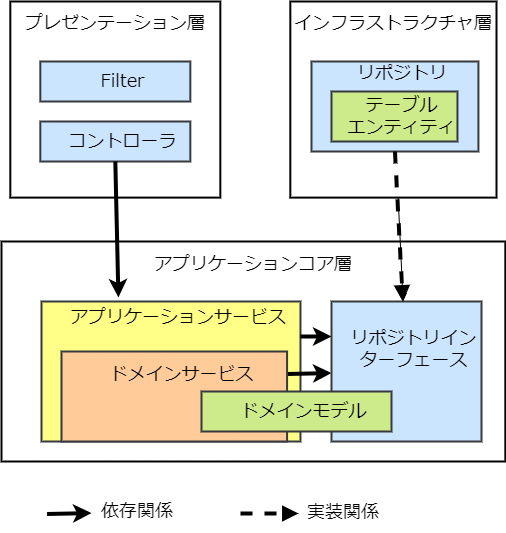
This is documents/contents/images/app-architecture/client-side-rendering/csr-architecture-light.png from AlesInfiny/maia, a draw.io export, as it was before one commit. Source tidied: cells renumbered, new cells last; positions are measured from the earlier drawing's top-left corner, leaving out a move shared by most shapes. Source of this version:
```xml
<mxGraphModel>
  <root>
    <mxCell id="0" />
    <mxCell id="1" parent="0" />
    <mxCell id="2" value="&lt;font color=&quot;#000000&quot;&gt;アプリケーションコア層&lt;br&gt;&lt;br&gt;&lt;br&gt;&lt;br&gt;&lt;br&gt;&lt;br&gt;&lt;br&gt;&lt;br&gt;&lt;br&gt;&lt;/font&gt;" style="rounded=0;whiteSpace=wrap;html=1;fontFamily=Noto Sans JP;fontSize=18;strokeWidth=2;fontSource=https%3A%2F%2Ffonts.googleapis.com%2Fcss%3Ffamily%3DNoto%2BSans%2BJP;fillColor=#FFFFFF;strokeColor=#000000;" parent="1" vertex="1">
      <mxGeometry y="240" width="503.8" height="220" as="geometry" />
    </mxCell>
    <mxCell id="3" value="&lt;div&gt;&lt;font color=&quot;#000000&quot;&gt;アプリケーションサービス&lt;/font&gt;&lt;/div&gt;&lt;div&gt;&lt;span style=&quot;color: rgb(0 , 0 , 0)&quot;&gt;&lt;br&gt;&lt;/span&gt;&lt;/div&gt;&lt;div&gt;&lt;span style=&quot;color: rgb(0 , 0 , 0)&quot;&gt;&lt;br&gt;&lt;/span&gt;&lt;/div&gt;&lt;div&gt;&lt;span style=&quot;color: rgb(0 , 0 , 0)&quot;&gt;&lt;br&gt;&lt;/span&gt;&lt;/div&gt;&lt;div&gt;&lt;span style=&quot;color: rgb(0 , 0 , 0)&quot;&gt;&lt;br&gt;&lt;/span&gt;&lt;/div&gt;&lt;div&gt;&lt;span style=&quot;color: rgb(0 , 0 , 0)&quot;&gt;&lt;br&gt;&lt;/span&gt;&lt;/div&gt;" style="rounded=0;whiteSpace=wrap;html=1;fontFamily=Noto Sans JP;fontSize=18;fillColor=#ffff88;strokeColor=#36393d;strokeWidth=2;spacingLeft=15;fontSource=https%3A%2F%2Ffonts.googleapis.com%2Fcss%3Ffamily%3DNoto%2BSans%2BJP;align=center;" parent="1" vertex="1">
      <mxGeometry x="40" y="300" width="259" height="140" as="geometry" />
    </mxCell>
    <mxCell id="4" style="edgeStyle=none;html=1;" parent="1" edge="1" source="5" target="10">
      <mxGeometry relative="1" as="geometry" />
    </mxCell>
    <mxCell id="5" value="&lt;font color=&quot;#000000&quot;&gt;インフラストラクチャ層&lt;br&gt;&lt;br&gt;&lt;br&gt;&lt;br&gt;&lt;br&gt;&lt;br&gt;&lt;br&gt;&lt;br&gt;&lt;/font&gt;" style="rounded=0;whiteSpace=wrap;html=1;fontFamily=Noto Sans JP;fontSize=18;strokeWidth=2;fontSource=https%3A%2F%2Ffonts.googleapis.com%2Fcss%3Ffamily%3DNoto%2BSans%2BJP;fillColor=#FFFFFF;strokeColor=#000000;" parent="1" vertex="1">
      <mxGeometry x="288.8" width="206.2" height="196.1" as="geometry" />
    </mxCell>
    <mxCell id="6" value="&lt;font color=&quot;#000000&quot;&gt;プレゼンテーション層&lt;br&gt;&lt;br&gt;&lt;br&gt;&lt;br&gt;&lt;br&gt;&lt;br&gt;&lt;br&gt;&lt;br&gt;&lt;/font&gt;" style="rounded=0;whiteSpace=wrap;html=1;fontFamily=Noto Sans JP;fontSize=18;strokeWidth=2;fontSource=https%3A%2F%2Ffonts.googleapis.com%2Fcss%3Ffamily%3DNoto%2BSans%2BJP;fillColor=#FFFFFF;strokeColor=#000000;" parent="1" vertex="1">
      <mxGeometry x="8.8" width="210" height="196.1" as="geometry" />
    </mxCell>
    <mxCell id="7" style="edgeStyle=none;sketch=0;html=1;exitX=1;exitY=0.25;exitDx=0;exitDy=0;shadow=0;fontColor=#000000;endArrow=classic;endFill=1;strokeColor=#000000;strokeWidth=4;" parent="1" edge="1" source="8" target="10">
      <mxGeometry relative="1" as="geometry" />
    </mxCell>
    <mxCell id="8" value="&lt;div&gt;&lt;font color=&quot;#000000&quot;&gt;ドメインサービス&lt;/font&gt;&lt;/div&gt;&lt;div&gt;&lt;br&gt;&lt;/div&gt;&lt;div&gt;&lt;span style=&quot;color: rgb(0 , 0 , 0)&quot;&gt;&lt;br&gt;&lt;/span&gt;&lt;/div&gt;" style="rounded=0;whiteSpace=wrap;html=1;fontFamily=Noto Sans JP;fontSize=18;fillColor=#ffcc99;strokeColor=#36393d;strokeWidth=2;spacingLeft=15;fontSource=https%3A%2F%2Ffonts.googleapis.com%2Fcss%3Ffamily%3DNoto%2BSans%2BJP;align=center;" parent="1" vertex="1">
      <mxGeometry x="60" y="350" width="225.6" height="90" as="geometry" />
    </mxCell>
    <mxCell id="9" value="&lt;font color=&quot;#000000&quot;&gt;リポジトリ&lt;br&gt;&lt;br&gt;&lt;br&gt;&lt;br&gt;&lt;/font&gt;" style="rounded=0;whiteSpace=wrap;html=1;fontFamily=Noto Sans JP;fontSize=18;fillColor=#cce5ff;strokeColor=#36393d;strokeWidth=2;spacingLeft=15;fontSource=https%3A%2F%2Ffonts.googleapis.com%2Fcss%3Ffamily%3DNoto%2BSans%2BJP;" parent="1" vertex="1">
      <mxGeometry x="310" y="60" width="166.9" height="90" as="geometry" />
    </mxCell>
    <mxCell id="10" value="&lt;font color=&quot;#000000&quot;&gt;リポジトリインターフェース&lt;br&gt;&lt;br&gt;&lt;br&gt;&lt;/font&gt;" style="rounded=0;whiteSpace=wrap;html=1;fontFamily=Noto Sans JP;fontSize=18;fillColor=#cce5ff;strokeColor=#36393d;strokeWidth=2;spacingLeft=15;fontSource=https%3A%2F%2Ffonts.googleapis.com%2Fcss%3Ffamily%3DNoto%2BSans%2BJP;" parent="1" vertex="1">
      <mxGeometry x="330" y="300" width="150" height="140" as="geometry" />
    </mxCell>
    <mxCell id="11" value="&lt;font color=&quot;#000000&quot;&gt;コントローラ&lt;/font&gt;" style="rounded=0;whiteSpace=wrap;html=1;fontFamily=Noto Sans JP;fontSize=18;fillColor=#cce5ff;strokeColor=#36393d;strokeWidth=2;spacingLeft=15;fontSource=https%3A%2F%2Ffonts.googleapis.com%2Fcss%3Ffamily%3DNoto%2BSans%2BJP;" parent="1" vertex="1">
      <mxGeometry x="38.8" y="120" width="150" height="40" as="geometry" />
    </mxCell>
    <mxCell id="12" value="&lt;font color=&quot;#000000&quot;&gt;Filter&lt;/font&gt;" style="rounded=0;whiteSpace=wrap;html=1;fontFamily=Noto Sans JP;fontSize=18;fillColor=#cce5ff;strokeColor=#36393d;strokeWidth=2;spacingLeft=15;fontSource=https%3A%2F%2Ffonts.googleapis.com%2Fcss%3Ffamily%3DNoto%2BSans%2BJP;" parent="1" vertex="1">
      <mxGeometry x="38.8" y="60" width="150" height="40" as="geometry" />
    </mxCell>
    <mxCell id="13" value="&lt;font color=&quot;#000000&quot;&gt;テーブル&lt;br&gt;エンティティ&lt;/font&gt;" style="rounded=0;whiteSpace=wrap;html=1;fontFamily=Noto Sans JP;fontSize=18;fillColor=#cdeb8b;strokeColor=#36393d;strokeWidth=2;spacingLeft=15;fontSource=https%3A%2F%2Ffonts.googleapis.com%2Fcss%3Ffamily%3DNoto%2BSans%2BJP;" parent="1" vertex="1">
      <mxGeometry x="330" y="90" width="126" height="50" as="geometry" />
    </mxCell>
    <mxCell id="14" style="edgeStyle=none;sketch=0;html=1;exitX=0.5;exitY=1;exitDx=0;exitDy=0;shadow=0;fontColor=#000000;endArrow=classic;endFill=1;strokeColor=#000000;strokeWidth=4;entryX=0.297;entryY=-0.029;entryDx=0;entryDy=0;entryPerimeter=0;" parent="1" edge="1" source="11" target="3">
      <mxGeometry relative="1" as="geometry" />
    </mxCell>
    <mxCell id="15" style="edgeStyle=none;sketch=0;html=1;exitX=0.5;exitY=1;exitDx=0;exitDy=0;shadow=0;fontColor=#000000;endArrow=block;endFill=1;strokeColor=#000000;strokeWidth=4;dashed=1;" parent="1" edge="1" source="9" target="10">
      <mxGeometry relative="1" as="geometry" />
    </mxCell>
    <mxCell id="16" style="edgeStyle=none;sketch=0;html=1;exitX=1;exitY=0.25;exitDx=0;exitDy=0;shadow=0;fontColor=#000000;endArrow=classic;endFill=1;strokeColor=#000000;strokeWidth=4;entryX=0;entryY=0.25;entryDx=0;entryDy=0;" parent="1" edge="1" source="3" target="10">
      <mxGeometry relative="1" as="geometry" />
    </mxCell>
    <mxCell id="17" value="&lt;font color=&quot;#000000&quot;&gt;ドメインモデル&lt;/font&gt;" style="rounded=0;whiteSpace=wrap;html=1;fontFamily=Noto Sans JP;fontSize=18;fillColor=#cdeb8b;strokeColor=#36393d;strokeWidth=2;spacingLeft=15;fontSource=https%3A%2F%2Ffonts.googleapis.com%2Fcss%3Ffamily%3DNoto%2BSans%2BJP;" parent="1" vertex="1">
      <mxGeometry x="200" y="390" width="190" height="40" as="geometry" />
    </mxCell>
    <mxCell id="18" value="依存関係" style="text;html=1;strokeColor=none;fillColor=none;align=left;verticalAlign=middle;whiteSpace=wrap;rounded=0;fontFamily=Noto Sans JP;fontSource=https%3A%2F%2Ffonts.googleapis.com%2Fcss%3Ffamily%3DNoto%2BSans%2BJP;fontSize=18;fontColor=#000000;" parent="1" vertex="1">
      <mxGeometry x="98" y="490" width="90" height="40" as="geometry" />
    </mxCell>
    <mxCell id="19" style="edgeStyle=none;sketch=0;html=1;exitX=1;exitY=0.25;exitDx=0;exitDy=0;shadow=0;fontColor=#000000;endArrow=classic;endFill=1;strokeColor=#000000;strokeWidth=4;" parent="1" edge="1">
      <mxGeometry relative="1" as="geometry">
        <mxPoint x="45.6" y="512.5" as="sourcePoint" />
        <mxPoint x="90" y="511.6" as="targetPoint" />
      </mxGeometry>
    </mxCell>
    <mxCell id="20" value="実装関係" style="text;html=1;strokeColor=none;fillColor=none;align=left;verticalAlign=middle;whiteSpace=wrap;rounded=0;fontFamily=Noto Sans JP;fontSource=https%3A%2F%2Ffonts.googleapis.com%2Fcss%3Ffamily%3DNoto%2BSans%2BJP;fontSize=18;fontColor=#000000;" parent="1" vertex="1">
      <mxGeometry x="304" y="491" width="90" height="40" as="geometry" />
    </mxCell>
    <mxCell id="21" style="edgeStyle=none;sketch=0;html=1;shadow=0;fontColor=#000000;endArrow=block;endFill=1;strokeColor=#000000;strokeWidth=4;dashed=1;" parent="1" edge="1">
      <mxGeometry relative="1" as="geometry">
        <mxPoint x="239" y="512" as="sourcePoint" />
        <mxPoint x="297" y="512" as="targetPoint" />
      </mxGeometry>
    </mxCell>
  </root>
</mxGraphModel>
```
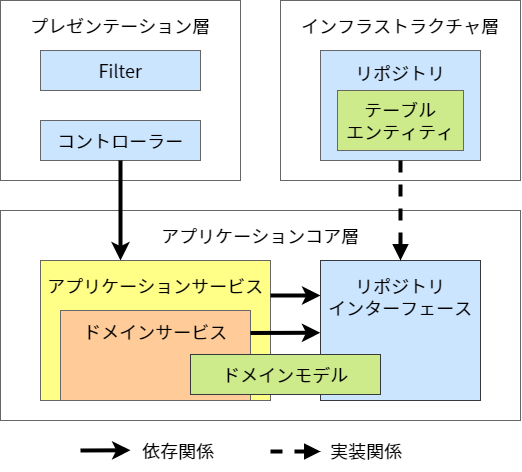
The same diagram one commit later.

The edit, as a diff of the source:
```diff
@@ -2,71 +2,70 @@
   <root>
     <mxCell id="0" />
     <mxCell id="1" parent="0" />
-    <mxCell id="2" value="&lt;font color=&quot;#000000&quot;&gt;アプリケーションコア層&lt;br&gt;&lt;br&gt;&lt;br&gt;&lt;br&gt;&lt;br&gt;&lt;br&gt;&lt;br&gt;&lt;br&gt;&lt;br&gt;&lt;/font&gt;" style="rounded=0;whiteSpace=wrap;html=1;fontFamily=Noto Sans JP;fontSize=18;strokeWidth=2;fontSource=https%3A%2F%2Ffonts.googleapis.com%2Fcss%3Ffamily%3DNoto%2BSans%2BJP;fillColor=#FFFFFF;strokeColor=#000000;" parent="1" vertex="1">
-      <mxGeometry y="240" width="503.8" height="220" as="geometry" />
+    <mxCell id="2" value="&lt;font color=&quot;#000000&quot;&gt;アプリケーションコア層&lt;br&gt;&lt;/font&gt;" style="rounded=0;whiteSpace=wrap;html=1;fontFamily=Noto Sans JP;fontSize=18;strokeWidth=1;fontSource=https%3A%2F%2Ffonts.googleapis.com%2Fcss%3Ffamily%3DNoto%2BSans%2BJP;fillColor=none;strokeColor=#666666;spacingTop=8;verticalAlign=top;" parent="1" vertex="1">
+      <mxGeometry x="-320" y="70" width="520" height="210" as="geometry" />
     </mxCell>
-    <mxCell id="3" value="&lt;div&gt;&lt;font color=&quot;#000000&quot;&gt;アプリケーションサービス&lt;/font&gt;&lt;/div&gt;&lt;div&gt;&lt;span style=&quot;color: rgb(0 , 0 , 0)&quot;&gt;&lt;br&gt;&lt;/span&gt;&lt;/div&gt;&lt;div&gt;&lt;span style=&quot;color: rgb(0 , 0 , 0)&quot;&gt;&lt;br&gt;&lt;/span&gt;&lt;/div&gt;&lt;div&gt;&lt;span style=&quot;color: rgb(0 , 0 , 0)&quot;&gt;&lt;br&gt;&lt;/span&gt;&lt;/div&gt;&lt;div&gt;&lt;span style=&quot;color: rgb(0 , 0 , 0)&quot;&gt;&lt;br&gt;&lt;/span&gt;&lt;/div&gt;&lt;div&gt;&lt;span style=&quot;color: rgb(0 , 0 , 0)&quot;&gt;&lt;br&gt;&lt;/span&gt;&lt;/div&gt;" style="rounded=0;whiteSpace=wrap;html=1;fontFamily=Noto Sans JP;fontSize=18;fillColor=#ffff88;strokeColor=#36393d;strokeWidth=2;spacingLeft=15;fontSource=https%3A%2F%2Ffonts.googleapis.com%2Fcss%3Ffamily%3DNoto%2BSans%2BJP;align=center;" parent="1" vertex="1">
-      <mxGeometry x="40" y="300" width="259" height="140" as="geometry" />
+    <mxCell id="3" value="&lt;div&gt;&lt;font color=&quot;#000000&quot;&gt;アプリケーションサービス&lt;/font&gt;&lt;/div&gt;" style="rounded=0;whiteSpace=wrap;html=1;fontFamily=Noto Sans JP;fontSize=18;fillColor=#ffff88;strokeColor=#666666;strokeWidth=1;spacingLeft=0;fontSource=https%3A%2F%2Ffonts.googleapis.com%2Fcss%3Ffamily%3DNoto%2BSans%2BJP;align=center;verticalAlign=top;spacingTop=8;" parent="1" vertex="1">
+      <mxGeometry x="-280" y="120" width="230" height="140" as="geometry" />
     </mxCell>
-    <mxCell id="4" style="edgeStyle=none;html=1;" parent="1" edge="1" source="5" target="10">
-      <mxGeometry relative="1" as="geometry" />
-    </mxCell>
-    <mxCell id="5" value="&lt;font color=&quot;#000000&quot;&gt;インフラストラクチャ層&lt;br&gt;&lt;br&gt;&lt;br&gt;&lt;br&gt;&lt;br&gt;&lt;br&gt;&lt;br&gt;&lt;br&gt;&lt;/font&gt;" style="rounded=0;whiteSpace=wrap;html=1;fontFamily=Noto Sans JP;fontSize=18;strokeWidth=2;fontSource=https%3A%2F%2Ffonts.googleapis.com%2Fcss%3Ffamily%3DNoto%2BSans%2BJP;fillColor=#FFFFFF;strokeColor=#000000;" parent="1" vertex="1">
-      <mxGeometry x="288.8" width="206.2" height="196.1" as="geometry" />
+    <mxCell id="5" value="&lt;font color=&quot;#000000&quot;&gt;インフラストラクチャ層&lt;br&gt;&lt;/font&gt;" style="rounded=0;whiteSpace=wrap;html=1;fontFamily=Noto Sans JP;fontSize=18;strokeWidth=1;fontSource=https%3A%2F%2Ffonts.googleapis.com%2Fcss%3Ffamily%3DNoto%2BSans%2BJP;fillColor=none;strokeColor=#666666;spacingTop=8;verticalAlign=top;" parent="1" vertex="1">
+      <mxGeometry x="-40" y="-140" width="240" height="180" as="geometry" />
     </mxCell>
-    <mxCell id="6" value="&lt;font color=&quot;#000000&quot;&gt;プレゼンテーション層&lt;br&gt;&lt;br&gt;&lt;br&gt;&lt;br&gt;&lt;br&gt;&lt;br&gt;&lt;br&gt;&lt;br&gt;&lt;/font&gt;" style="rounded=0;whiteSpace=wrap;html=1;fontFamily=Noto Sans JP;fontSize=18;strokeWidth=2;fontSource=https%3A%2F%2Ffonts.googleapis.com%2Fcss%3Ffamily%3DNoto%2BSans%2BJP;fillColor=#FFFFFF;strokeColor=#000000;" parent="1" vertex="1">
-      <mxGeometry x="8.8" width="210" height="196.1" as="geometry" />
+    <mxCell id="6" value="&lt;font color=&quot;#000000&quot;&gt;プレゼンテーション層&lt;br&gt;&lt;/font&gt;" style="rounded=0;whiteSpace=wrap;html=1;fontFamily=Noto Sans JP;fontSize=18;strokeWidth=1;fontSource=https%3A%2F%2Ffonts.googleapis.com%2Fcss%3Ffamily%3DNoto%2BSans%2BJP;fillColor=none;strokeColor=#666666;spacingTop=8;verticalAlign=top;" parent="1" vertex="1">
+      <mxGeometry x="-320" y="-140" width="240" height="180" as="geometry" />
     </mxCell>
-    <mxCell id="7" style="edgeStyle=none;sketch=0;html=1;exitX=1;exitY=0.25;exitDx=0;exitDy=0;shadow=0;fontColor=#000000;endArrow=classic;endFill=1;strokeColor=#000000;strokeWidth=4;" parent="1" edge="1" source="8" target="10">
-      <mxGeometry relative="1" as="geometry" />
-    </mxCell>
-    <mxCell id="8" value="&lt;div&gt;&lt;font color=&quot;#000000&quot;&gt;ドメインサービス&lt;/font&gt;&lt;/div&gt;&lt;div&gt;&lt;br&gt;&lt;/div&gt;&lt;div&gt;&lt;span style=&quot;color: rgb(0 , 0 , 0)&quot;&gt;&lt;br&gt;&lt;/span&gt;&lt;/div&gt;" style="rounded=0;whiteSpace=wrap;html=1;fontFamily=Noto Sans JP;fontSize=18;fillColor=#ffcc99;strokeColor=#36393d;strokeWidth=2;spacingLeft=15;fontSource=https%3A%2F%2Ffonts.googleapis.com%2Fcss%3Ffamily%3DNoto%2BSans%2BJP;align=center;" parent="1" vertex="1">
-      <mxGeometry x="60" y="350" width="225.6" height="90" as="geometry" />
+    <mxCell id="8" value="&lt;div&gt;&lt;font color=&quot;#000000&quot;&gt;ドメインサービス&lt;/font&gt;&lt;/div&gt;" style="rounded=0;whiteSpace=wrap;html=1;fontFamily=Noto Sans JP;fontSize=18;fillColor=#ffcc99;strokeColor=#666666;strokeWidth=1;spacingLeft=0;fontSource=https%3A%2F%2Ffonts.googleapis.com%2Fcss%3Ffamily%3DNoto%2BSans%2BJP;align=center;verticalAlign=top;spacingTop=4;" parent="1" vertex="1">
+      <mxGeometry x="-260" y="170" width="190" height="90" as="geometry" />
     </mxCell>
-    <mxCell id="9" value="&lt;font color=&quot;#000000&quot;&gt;リポジトリ&lt;br&gt;&lt;br&gt;&lt;br&gt;&lt;br&gt;&lt;/font&gt;" style="rounded=0;whiteSpace=wrap;html=1;fontFamily=Noto Sans JP;fontSize=18;fillColor=#cce5ff;strokeColor=#36393d;strokeWidth=2;spacingLeft=15;fontSource=https%3A%2F%2Ffonts.googleapis.com%2Fcss%3Ffamily%3DNoto%2BSans%2BJP;" parent="1" vertex="1">
-      <mxGeometry x="310" y="60" width="166.9" height="90" as="geometry" />
+    <mxCell id="9" value="&lt;font color=&quot;#000000&quot;&gt;リポジトリ&lt;br&gt;&lt;br&gt;&lt;br&gt;&lt;br&gt;&lt;/font&gt;" style="rounded=0;whiteSpace=wrap;html=1;fontFamily=Noto Sans JP;fontSize=18;fillColor=#cce5ff;strokeColor=#666666;strokeWidth=1;spacingLeft=0;fontSource=https%3A%2F%2Ffonts.googleapis.com%2Fcss%3Ffamily%3DNoto%2BSans%2BJP;" parent="1" vertex="1">
+      <mxGeometry y="-90" width="160" height="110" as="geometry" />
     </mxCell>
-    <mxCell id="10" value="&lt;font color=&quot;#000000&quot;&gt;リポジトリインターフェース&lt;br&gt;&lt;br&gt;&lt;br&gt;&lt;/font&gt;" style="rounded=0;whiteSpace=wrap;html=1;fontFamily=Noto Sans JP;fontSize=18;fillColor=#cce5ff;strokeColor=#36393d;strokeWidth=2;spacingLeft=15;fontSource=https%3A%2F%2Ffonts.googleapis.com%2Fcss%3Ffamily%3DNoto%2BSans%2BJP;" parent="1" vertex="1">
-      <mxGeometry x="330" y="300" width="150" height="140" as="geometry" />
+    <mxCell id="10" value="&lt;font color=&quot;#000000&quot;&gt;リポジトリ&lt;br&gt;インターフェース&lt;br&gt;&lt;/font&gt;" style="rounded=0;whiteSpace=wrap;html=1;fontFamily=Noto Sans JP;fontSize=18;fillColor=#cce5ff;strokeColor=#36393d;strokeWidth=1;spacingLeft=0;fontSource=https%3A%2F%2Ffonts.googleapis.com%2Fcss%3Ffamily%3DNoto%2BSans%2BJP;verticalAlign=top;spacingTop=8;" parent="1" vertex="1">
+      <mxGeometry y="120" width="160" height="140" as="geometry" />
     </mxCell>
-    <mxCell id="11" value="&lt;font color=&quot;#000000&quot;&gt;コントローラ&lt;/font&gt;" style="rounded=0;whiteSpace=wrap;html=1;fontFamily=Noto Sans JP;fontSize=18;fillColor=#cce5ff;strokeColor=#36393d;strokeWidth=2;spacingLeft=15;fontSource=https%3A%2F%2Ffonts.googleapis.com%2Fcss%3Ffamily%3DNoto%2BSans%2BJP;" parent="1" vertex="1">
-      <mxGeometry x="38.8" y="120" width="150" height="40" as="geometry" />
+    <mxCell id="11" value="&lt;font color=&quot;#000000&quot;&gt;コントローラー&lt;/font&gt;" style="rounded=0;whiteSpace=wrap;html=1;fontFamily=Noto Sans JP;fontSize=18;fillColor=#cce5ff;strokeColor=#666666;strokeWidth=1;spacingLeft=0;fontSource=https%3A%2F%2Ffonts.googleapis.com%2Fcss%3Ffamily%3DNoto%2BSans%2BJP;" parent="1" vertex="1">
+      <mxGeometry x="-280" y="-20" width="160" height="40" as="geometry" />
     </mxCell>
-    <mxCell id="12" value="&lt;font color=&quot;#000000&quot;&gt;Filter&lt;/font&gt;" style="rounded=0;whiteSpace=wrap;html=1;fontFamily=Noto Sans JP;fontSize=18;fillColor=#cce5ff;strokeColor=#36393d;strokeWidth=2;spacingLeft=15;fontSource=https%3A%2F%2Ffonts.googleapis.com%2Fcss%3Ffamily%3DNoto%2BSans%2BJP;" parent="1" vertex="1">
-      <mxGeometry x="38.8" y="60" width="150" height="40" as="geometry" />
+    <mxCell id="12" value="&lt;font color=&quot;#000000&quot;&gt;Filter&lt;/font&gt;" style="rounded=0;whiteSpace=wrap;html=1;fontFamily=Noto Sans JP;fontSize=18;fillColor=#cce5ff;strokeColor=#666666;strokeWidth=1;spacingLeft=0;fontSource=https%3A%2F%2Ffonts.googleapis.com%2Fcss%3Ffamily%3DNoto%2BSans%2BJP;" parent="1" vertex="1">
+      <mxGeometry x="-280" y="-90" width="160" height="40" as="geometry" />
     </mxCell>
-    <mxCell id="13" value="&lt;font color=&quot;#000000&quot;&gt;テーブル&lt;br&gt;エンティティ&lt;/font&gt;" style="rounded=0;whiteSpace=wrap;html=1;fontFamily=Noto Sans JP;fontSize=18;fillColor=#cdeb8b;strokeColor=#36393d;strokeWidth=2;spacingLeft=15;fontSource=https%3A%2F%2Ffonts.googleapis.com%2Fcss%3Ffamily%3DNoto%2BSans%2BJP;" parent="1" vertex="1">
-      <mxGeometry x="330" y="90" width="126" height="50" as="geometry" />
+    <mxCell id="13" value="&lt;font color=&quot;#000000&quot;&gt;テーブル&lt;br&gt;エンティティ&lt;/font&gt;" style="rounded=0;whiteSpace=wrap;html=1;fontFamily=Noto Sans JP;fontSize=18;fillColor=#cdeb8b;strokeColor=#666666;strokeWidth=1;spacingLeft=0;fontSource=https%3A%2F%2Ffonts.googleapis.com%2Fcss%3Ffamily%3DNoto%2BSans%2BJP;" parent="1" vertex="1">
+      <mxGeometry x="17" y="-50" width="126" height="60" as="geometry" />
     </mxCell>
-    <mxCell id="14" style="edgeStyle=none;sketch=0;html=1;exitX=0.5;exitY=1;exitDx=0;exitDy=0;shadow=0;fontColor=#000000;endArrow=classic;endFill=1;strokeColor=#000000;strokeWidth=4;entryX=0.297;entryY=-0.029;entryDx=0;entryDy=0;entryPerimeter=0;" parent="1" edge="1" source="11" target="3">
-      <mxGeometry relative="1" as="geometry" />
+    <mxCell id="14" style="edgeStyle=none;sketch=0;html=1;exitX=0.5;exitY=1;exitDx=0;exitDy=0;shadow=0;fontColor=#000000;endArrow=classic;endFill=1;strokeColor=#000000;strokeWidth=4;" parent="1" edge="1" source="11">
+      <mxGeometry relative="1" as="geometry">
+        <mxPoint x="-200" y="120" as="targetPoint" />
+      </mxGeometry>
     </mxCell>
     <mxCell id="15" style="edgeStyle=none;sketch=0;html=1;exitX=0.5;exitY=1;exitDx=0;exitDy=0;shadow=0;fontColor=#000000;endArrow=block;endFill=1;strokeColor=#000000;strokeWidth=4;dashed=1;" parent="1" edge="1" source="9" target="10">
       <mxGeometry relative="1" as="geometry" />
     </mxCell>
-    <mxCell id="16" style="edgeStyle=none;sketch=0;html=1;exitX=1;exitY=0.25;exitDx=0;exitDy=0;shadow=0;fontColor=#000000;endArrow=classic;endFill=1;strokeColor=#000000;strokeWidth=4;entryX=0;entryY=0.25;entryDx=0;entryDy=0;" parent="1" edge="1" source="3" target="10">
-      <mxGeometry relative="1" as="geometry" />
-    </mxCell>
-    <mxCell id="17" value="&lt;font color=&quot;#000000&quot;&gt;ドメインモデル&lt;/font&gt;" style="rounded=0;whiteSpace=wrap;html=1;fontFamily=Noto Sans JP;fontSize=18;fillColor=#cdeb8b;strokeColor=#36393d;strokeWidth=2;spacingLeft=15;fontSource=https%3A%2F%2Ffonts.googleapis.com%2Fcss%3Ffamily%3DNoto%2BSans%2BJP;" parent="1" vertex="1">
-      <mxGeometry x="200" y="390" width="190" height="40" as="geometry" />
+    <mxCell id="17" value="&lt;font color=&quot;#000000&quot;&gt;ドメインモデル&lt;/font&gt;" style="rounded=0;whiteSpace=wrap;html=1;fontFamily=Noto Sans JP;fontSize=18;fillColor=#cdeb8b;strokeColor=#36393d;strokeWidth=1;spacingLeft=0;fontSource=https%3A%2F%2Ffonts.googleapis.com%2Fcss%3Ffamily%3DNoto%2BSans%2BJP;" parent="1" vertex="1">
+      <mxGeometry x="-130" y="214" width="190" height="40" as="geometry" />
     </mxCell>
     <mxCell id="18" value="依存関係" style="text;html=1;strokeColor=none;fillColor=none;align=left;verticalAlign=middle;whiteSpace=wrap;rounded=0;fontFamily=Noto Sans JP;fontSource=https%3A%2F%2Ffonts.googleapis.com%2Fcss%3Ffamily%3DNoto%2BSans%2BJP;fontSize=18;fontColor=#000000;" parent="1" vertex="1">
-      <mxGeometry x="98" y="490" width="90" height="40" as="geometry" />
+      <mxGeometry x="-180" y="290" width="90" height="40" as="geometry" />
     </mxCell>
-    <mxCell id="19" style="edgeStyle=none;sketch=0;html=1;exitX=1;exitY=0.25;exitDx=0;exitDy=0;shadow=0;fontColor=#000000;endArrow=classic;endFill=1;strokeColor=#000000;strokeWidth=4;" parent="1" edge="1">
+    <mxCell id="19" style="edgeStyle=none;sketch=0;html=1;shadow=0;fontColor=#000000;endArrow=classic;endFill=1;strokeColor=#000000;strokeWidth=4;" parent="1" edge="1">
       <mxGeometry relative="1" as="geometry">
-        <mxPoint x="45.6" y="512.5" as="sourcePoint" />
-        <mxPoint x="90" y="511.6" as="targetPoint" />
+        <mxPoint x="-240" y="310" as="sourcePoint" />
+        <mxPoint x="-190" y="309.8" as="targetPoint" />
       </mxGeometry>
     </mxCell>
     <mxCell id="20" value="実装関係" style="text;html=1;strokeColor=none;fillColor=none;align=left;verticalAlign=middle;whiteSpace=wrap;rounded=0;fontFamily=Noto Sans JP;fontSource=https%3A%2F%2Ffonts.googleapis.com%2Fcss%3Ffamily%3DNoto%2BSans%2BJP;fontSize=18;fontColor=#000000;" parent="1" vertex="1">
-      <mxGeometry x="304" y="491" width="90" height="40" as="geometry" />
+      <mxGeometry x="8.4" y="290" width="90" height="40" as="geometry" />
     </mxCell>
     <mxCell id="21" style="edgeStyle=none;sketch=0;html=1;shadow=0;fontColor=#000000;endArrow=block;endFill=1;strokeColor=#000000;strokeWidth=4;dashed=1;" parent="1" edge="1">
       <mxGeometry relative="1" as="geometry">
-        <mxPoint x="239" y="512" as="sourcePoint" />
-        <mxPoint x="297" y="512" as="targetPoint" />
+        <mxPoint x="-50" y="311" as="sourcePoint" />
+        <mxPoint y="311" as="targetPoint" />
       </mxGeometry>
     </mxCell>
+    <mxCell id="7" style="edgeStyle=none;sketch=0;html=1;shadow=0;fontColor=#000000;endArrow=classic;endFill=1;strokeColor=#000000;strokeWidth=4;exitX=1;exitY=0.25;exitDx=0;exitDy=0;entryX=-0.001;entryY=0.516;entryDx=0;entryDy=0;entryPerimeter=0;" parent="1" edge="1" source="8" target="10">
+      <mxGeometry relative="1" as="geometry" />
+    </mxCell>
+    <mxCell id="16" style="edgeStyle=none;sketch=0;html=1;exitX=1;exitY=0.25;exitDx=0;exitDy=0;shadow=0;fontColor=#000000;endArrow=classic;endFill=1;strokeColor=#000000;strokeWidth=4;entryX=0;entryY=0.25;entryDx=0;entryDy=0;" parent="1" edge="1" source="3" target="10">
+      <mxGeometry relative="1" as="geometry" />
+    </mxCell>
   </root>
 </mxGraphModel>
```
